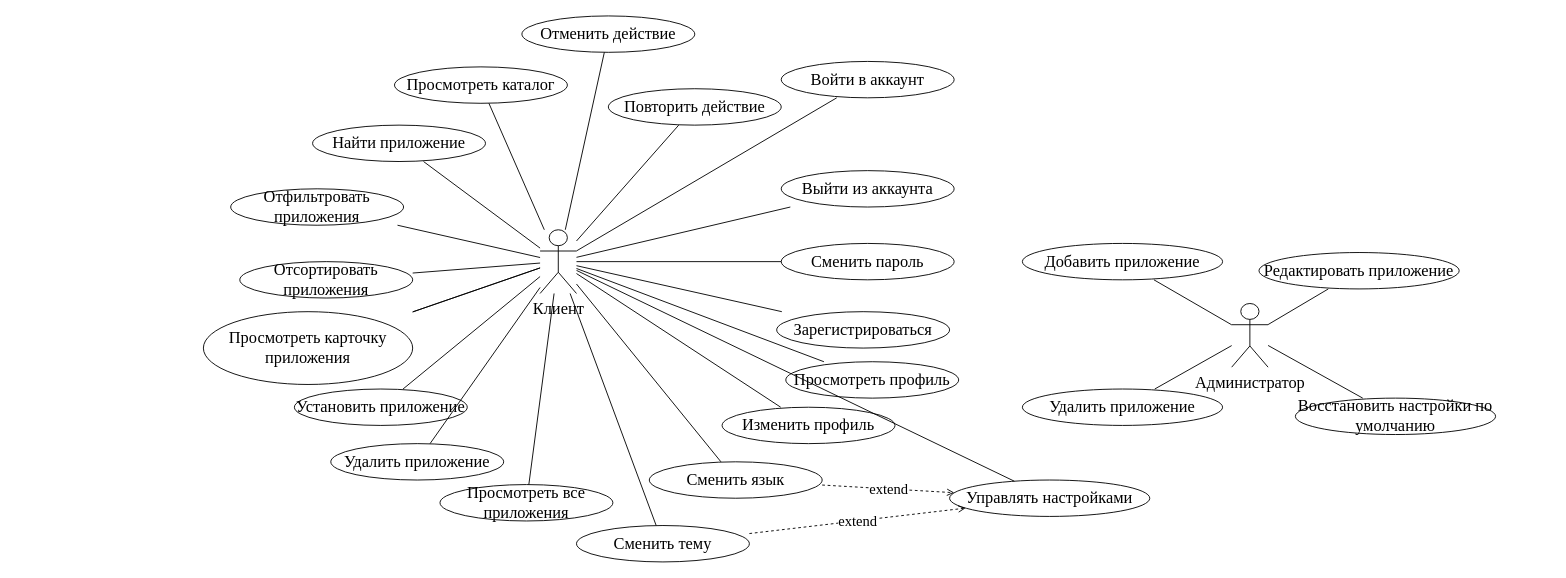
Before: docs/UML/use_case.drawio in martim-x/AppStore, a draw.io diagram. Source tidied: cells renumbered, new cells numbered last; positions are measured from the earlier drawing's top-left corner, leaving out a move shared by most shapes. Both pictures are drawn from the tidied source at 91%, with x=0, y=0 at pixel (203, 15).
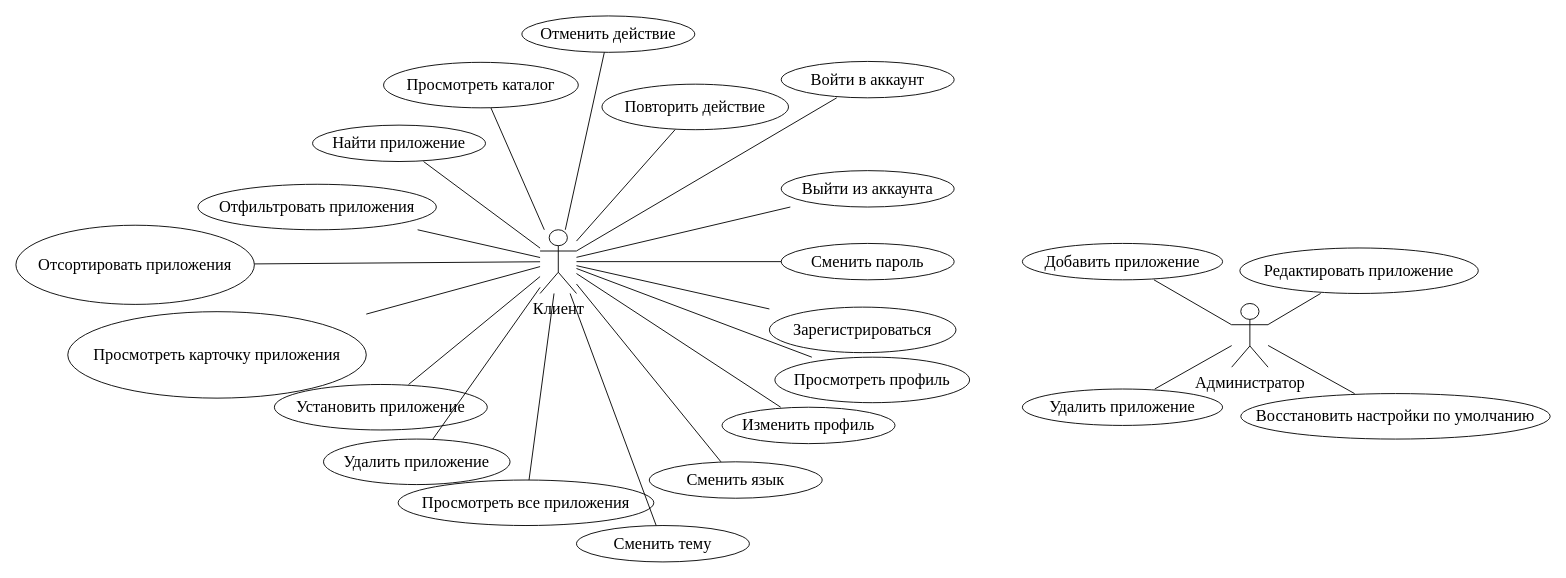
Above is the later version.

Commit message (it also covers changes not shown here):
docs(UML): обратно 22 прецедента, крупнее эллипсы; синхронизация модели apps

Unchanged cells that the change refers to:
```xml
<mxCell id="2" value="&lt;font&gt;Клиент&lt;/font&gt;" style="shape=umlActor;verticalLabelPosition=bottom;verticalAlign=top;html=1;align=center;outlineConnect=0;fillColor=none;strokeColor=#000000;fontFamily=Times New Roman;fontSize=18;" parent="1" vertex="1">
  <mxGeometry x="370" y="235" width="40" height="70" as="geometry" />
</mxCell>
<mxCell id="35" value="Сменить язык" style="shape=ellipse;whiteSpace=wrap;html=1;fillColor=none;strokeColor=#000000;fontSize=18;fontFamily=Times New Roman;" parent="1" vertex="1">
  <mxGeometry x="490" y="490" width="190" height="40" as="geometry" />
</mxCell>
<mxCell id="37" value="Сменить тему" style="shape=ellipse;whiteSpace=wrap;html=1;fillColor=none;strokeColor=#000000;fontSize=18;fontFamily=Times New Roman;" parent="1" vertex="1">
  <mxGeometry x="410" y="560" width="190" height="40" as="geometry" />
</mxCell>
```

Diff of the diagram source:
```diff
@@
     <mxCell id="8" value="Зарегистрироваться" style="shape=ellipse;whiteSpace=wrap;html=1;fillColor=none;strokeColor=#000000;fontSize=18;fontFamily=Times New Roman;" parent="1" vertex="1">
-      <mxGeometry x="630" y="325" width="190" height="40" as="geometry" />
+      <mxGeometry x="622" y="320" width="205" height="50" as="geometry" />
     </mxCell>
@@
     <mxCell id="10" value="Просмотреть каталог" style="shape=ellipse;whiteSpace=wrap;html=1;fillColor=none;strokeColor=#000000;fontSize=18;fontFamily=Times New Roman;" parent="1" vertex="1">
-      <mxGeometry x="210" y="56" width="190" height="40" as="geometry" />
+      <mxGeometry x="198" y="51" width="214" height="50" as="geometry" />
     </mxCell>
@@
     <mxCell id="14" value="Отфильтровать приложения" style="shape=ellipse;whiteSpace=wrap;html=1;fillColor=none;strokeColor=#000000;fontSize=18;fontFamily=Times New Roman;" parent="1" vertex="1">
-      <mxGeometry x="30" y="190" width="190" height="40" as="geometry" />
+      <mxGeometry x="-6" y="185" width="262" height="50" as="geometry" />
     </mxCell>
@@
     <mxCell id="16" value="Отсортировать приложения" style="shape=ellipse;whiteSpace=wrap;html=1;fillColor=none;strokeColor=#000000;fontSize=18;fontFamily=Times New Roman;" parent="1" vertex="1">
-      <mxGeometry x="40" y="270" width="190" height="40" as="geometry" />
+      <mxGeometry x="-206" y="230" width="262" height="87" as="geometry" />
     </mxCell>
@@
     <mxCell id="18" value="Просмотреть карточку приложения" style="shape=ellipse;whiteSpace=wrap;html=1;fillColor=none;strokeColor=#000000;fontSize=18;fontFamily=Times New Roman;" parent="1" vertex="1">
-      <mxGeometry y="325" width="230" height="80" as="geometry" />
+      <mxGeometry x="-149" y="325" width="328" height="95" as="geometry" />
     </mxCell>
     <mxCell id="19" value="Установить приложение" style="shape=ellipse;whiteSpace=wrap;html=1;fillColor=none;strokeColor=#000000;fontSize=18;fontFamily=Times New Roman;" parent="1" vertex="1">
-      <mxGeometry x="100" y="410" width="190" height="40" as="geometry" />
+      <mxGeometry x="78" y="405" width="234" height="50" as="geometry" />
     </mxCell>
@@
     <mxCell id="21" value="Удалить приложение" style="shape=ellipse;whiteSpace=wrap;html=1;fillColor=none;strokeColor=#000000;fontSize=18;fontFamily=Times New Roman;" parent="1" vertex="1">
-      <mxGeometry x="140" y="470" width="190" height="40" as="geometry" />
+      <mxGeometry x="132" y="465" width="205" height="50" as="geometry" />
     </mxCell>
@@
     <mxCell id="25" value="Повторить действие" style="shape=ellipse;whiteSpace=wrap;html=1;fillColor=none;strokeColor=#000000;fontSize=18;fontFamily=Times New Roman;" parent="1" vertex="1">
-      <mxGeometry x="445" y="80" width="190" height="40" as="geometry" />
+      <mxGeometry x="438" y="75" width="205" height="50" as="geometry" />
     </mxCell>
@@
     <mxCell id="27" value="Просмотреть все приложения" style="shape=ellipse;whiteSpace=wrap;html=1;fillColor=none;strokeColor=#000000;fontSize=18;fontFamily=Times New Roman;" parent="1" vertex="1">
-      <mxGeometry x="260" y="515" width="190" height="40" as="geometry" />
+      <mxGeometry x="214" y="510" width="281" height="50" as="geometry" />
     </mxCell>
@@
     <mxCell id="29" value="Просмотреть профиль" style="shape=ellipse;whiteSpace=wrap;html=1;fillColor=none;strokeColor=#000000;fontSize=18;fontFamily=Times New Roman;" parent="1" vertex="1">
-      <mxGeometry x="640" y="380" width="190" height="40" as="geometry" />
+      <mxGeometry x="628" y="375" width="214" height="50" as="geometry" />
     </mxCell>
@@
     <mxCell id="41" value="Редактировать приложение" style="shape=ellipse;whiteSpace=wrap;html=1;fillColor=none;strokeColor=#000000;fontSize=18;fontFamily=Times New Roman;" parent="1" vertex="1">
-      <mxGeometry x="1160" y="260" width="220" height="40" as="geometry" />
+      <mxGeometry x="1139" y="255" width="262" height="50" as="geometry" />
     </mxCell>
@@
     <mxCell id="45" value="Восстановить настройки по умолчанию" style="shape=ellipse;whiteSpace=wrap;html=1;fillColor=none;strokeColor=#000000;fontSize=18;fontFamily=Times New Roman;" parent="1" vertex="1">
-      <mxGeometry x="1200" y="420" width="220" height="40" as="geometry" />
+      <mxGeometry x="1140" y="415" width="340" height="50" as="geometry" />
     </mxCell>
@@
-    <mxCell id="48" style="endArrow=none;html=1;rounded=0;fontFamily=Times New Roman;fontSize=18;" parent="1" edge="1" source="2" target="18">
-      <mxGeometry relative="1" as="geometry" />
-    </mxCell>
-    <mxCell id="49" value="Управлять настройками" style="ellipse;whiteSpace=wrap;html=1;fontFamily=Times New Roman;fontSize=18;" parent="1" vertex="1">
-      <mxGeometry x="820" y="510" width="220" height="40" as="geometry" />
-    </mxCell>
-    <mxCell id="50" style="endArrow=none;html=1;rounded=0;fontFamily=Times New Roman;fontSize=18;" parent="1" edge="1" source="2" target="49">
-      <mxGeometry relative="1" as="geometry" />
-    </mxCell>
-    <mxCell id="51" value="extend" style="endArrow=open;dashed=1;html=1;rounded=0;fontFamily=Times New Roman;fontSize=16;" parent="1" edge="1" source="35" target="49">
-      <mxGeometry relative="1" as="geometry" />
-    </mxCell>
-    <mxCell id="52" value="extend" style="endArrow=open;dashed=1;html=1;rounded=0;fontFamily=Times New Roman;fontSize=16;" parent="1" edge="1" source="37" target="49">
-      <mxGeometry relative="1" as="geometry" />
-    </mxCell>
```
